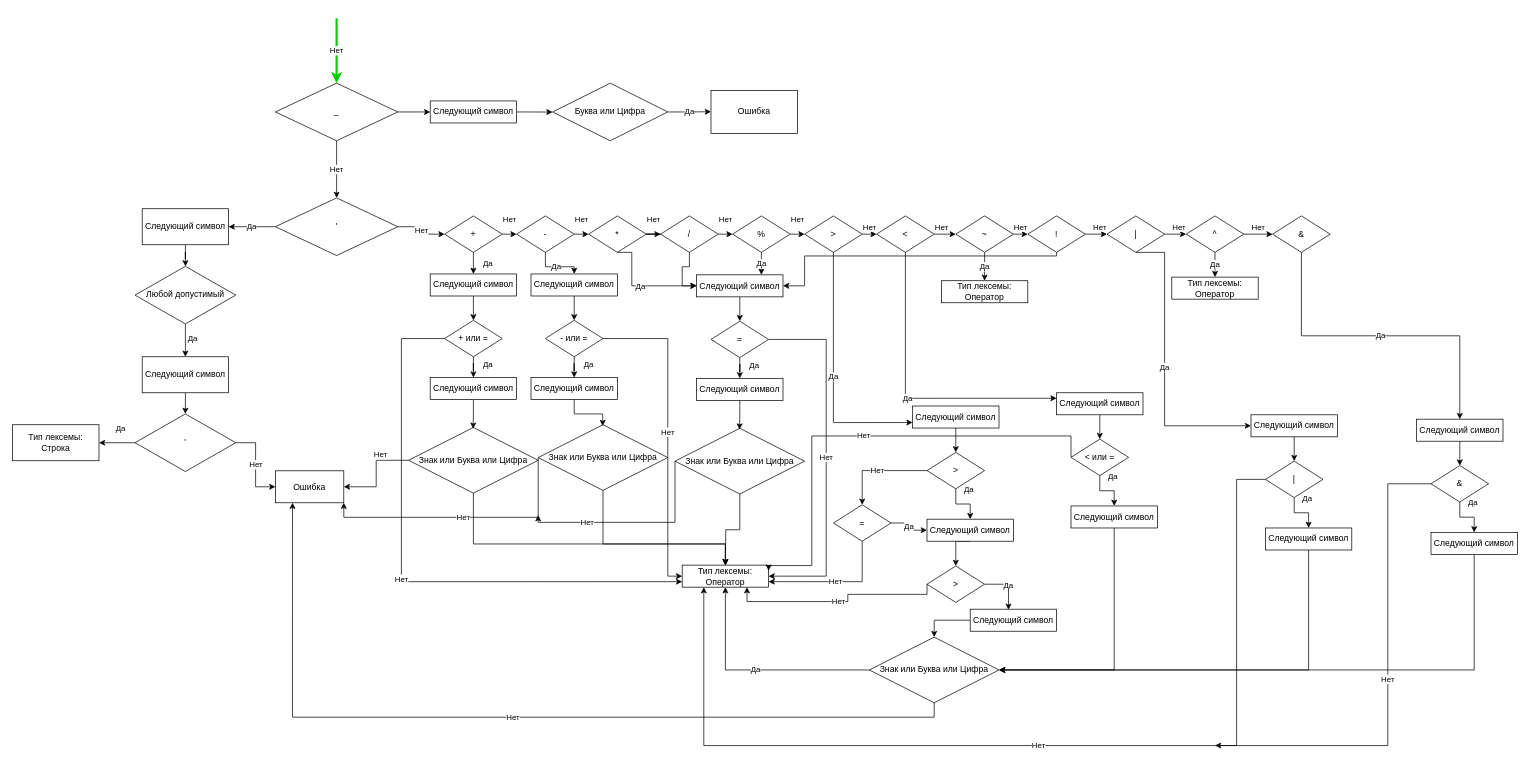
Earlier version of the draw.io diagram finally_automat2.drawio (DieNice/CourseTranslator). Source tidied: cells renumbered, new cells numbered last; positions are measured from the earlier drawing's top-left corner, leaving out a move shared by most shapes. Both pictures are drawn from the tidied source at 72%, with x=0, y=0 at pixel (12, 18).
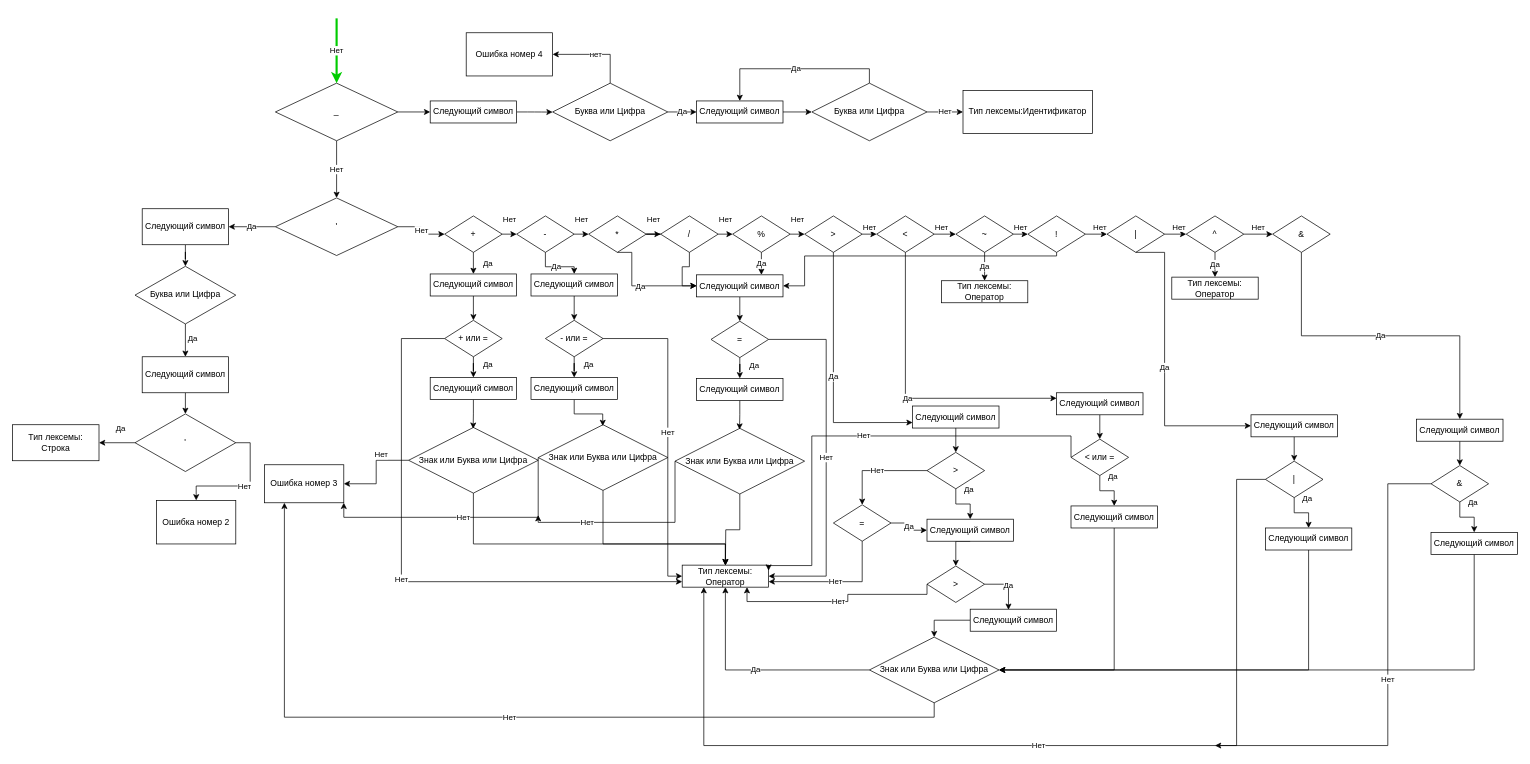
After the change.

The change refers to these unchanged cells:
```xml
<mxCell id="14" value="'" style="rhombus;whiteSpace=wrap;html=1;" parent="1" vertex="1">
  <mxGeometry x="170" y="549.4" width="140" height="80" as="geometry" />
</mxCell>
<mxCell id="132" value="Буква или Цифра" style="rhombus;whiteSpace=wrap;html=1;" parent="1" vertex="1">
  <mxGeometry x="750" y="90" width="160" height="80" as="geometry" />
</mxCell>
```

What changed in the source:
```diff
@@
-    <mxCell id="9" value="Любой допустимый" style="rhombus;whiteSpace=wrap;html=1;" parent="1" vertex="1">
+    <mxCell id="9" value="Буква или Цифра" style="rhombus;whiteSpace=wrap;html=1;" parent="1" vertex="1">
       <mxGeometry x="170" y="344.4" width="140" height="80" as="geometry" />
     </mxCell>
@@
-    <mxCell id="13" value="Нет" style="edgeStyle=orthogonalEdgeStyle;rounded=0;jettySize=auto;html=1;exitX=1;exitY=0.5;exitDx=0;exitDy=0;entryX=0;entryY=0.5;entryDx=0;entryDy=0;" parent="1" edge="1" source="14" target="16">
+    <mxCell id="13" value="Нет" style="edgeStyle=orthogonalEdgeStyle;rounded=0;jettySize=auto;html=1;exitX=1;exitY=0.5;exitDx=0;exitDy=0;entryX=0.5;entryY=0;entryDx=0;entryDy=0;" parent="1" edge="1" source="14" target="136">
       <mxGeometry relative="1" as="geometry" />
     </mxCell>
@@
-    <mxCell id="16" value="Ошибка" style="rounded=0;whiteSpace=wrap;html=1;" parent="1" vertex="1">
-      <mxGeometry x="365" y="628.4" width="95" height="44.4" as="geometry" />
+    <mxCell id="16" value="Ошибка номер 3" style="rounded=0;whiteSpace=wrap;html=1;" parent="1" vertex="1">
+      <mxGeometry x="350" y="620" width="110" height="52.8" as="geometry" />
     </mxCell>
@@
-    <mxCell id="131" value="Да" style="edgeStyle=orthogonalEdgeStyle;rounded=1;jettySize=auto;html=1;exitX=1;exitY=0.5;exitDx=0;exitDy=0;strokeColor=#000000;strokeWidth=1;" parent="1" edge="1" source="132">
-      <mxGeometry relative="1" as="geometry">
-        <mxPoint x="970" y="129.6" as="targetPoint" />
-      </mxGeometry>
-    </mxCell>
+    <mxCell id="134" value="Да" style="edgeStyle=orthogonalEdgeStyle;rounded=0;jettySize=auto;html=1;exitX=1;exitY=0.5;exitDx=0;exitDy=0;entryX=0;entryY=0.5;entryDx=0;entryDy=0;" parent="1" edge="1" source="132" target="138">
+      <mxGeometry relative="1" as="geometry" />
+    </mxCell>
+    <mxCell id="135" value="нет" style="edgeStyle=orthogonalEdgeStyle;rounded=0;jettySize=auto;html=1;exitX=0.5;exitY=0;exitDx=0;exitDy=0;entryX=1;entryY=0.5;entryDx=0;entryDy=0;" parent="1" edge="1" source="132" target="139">
+      <mxGeometry relative="1" as="geometry" />
+    </mxCell>
@@
-    <mxCell id="133" value="Ошибка" style="rounded=0;whiteSpace=wrap;html=1;" parent="1" vertex="1">
-      <mxGeometry x="970" y="100" width="120" height="60" as="geometry" />
+    <mxCell id="133" value="Тип лексемы:Идентификатор" style="rounded=0;whiteSpace=wrap;html=1;" parent="1" vertex="1">
+      <mxGeometry x="1320" y="100" width="180" height="60" as="geometry" />
     </mxCell>
+    <mxCell id="136" value="Ошибка номер 2" style="rounded=0;whiteSpace=wrap;html=1;" parent="1" vertex="1">
+      <mxGeometry x="200" y="669.5" width="110" height="60.5" as="geometry" />
+    </mxCell>
+    <mxCell id="137" style="edgeStyle=orthogonalEdgeStyle;rounded=0;jettySize=auto;html=1;exitX=1;exitY=0.5;exitDx=0;exitDy=0;entryX=0;entryY=0.5;entryDx=0;entryDy=0;" parent="1" edge="1" source="138" target="142">
+      <mxGeometry relative="1" as="geometry" />
+    </mxCell>
+    <mxCell id="138" value="Следующий символ" style="rounded=0;whiteSpace=wrap;html=1;" parent="1" vertex="1">
+      <mxGeometry x="950" y="114.7" width="120" height="30.6" as="geometry" />
+    </mxCell>
+    <mxCell id="139" value="Ошибка номер 4" style="rounded=0;whiteSpace=wrap;html=1;" parent="1" vertex="1">
+      <mxGeometry x="630" y="20" width="120" height="60" as="geometry" />
+    </mxCell>
+    <mxCell id="140" value="Нет" style="edgeStyle=orthogonalEdgeStyle;rounded=0;jettySize=auto;html=1;exitX=1;exitY=0.5;exitDx=0;exitDy=0;entryX=0;entryY=0.5;entryDx=0;entryDy=0;" parent="1" edge="1" source="142" target="133">
+      <mxGeometry relative="1" as="geometry" />
+    </mxCell>
+    <mxCell id="141" value="Да" style="edgeStyle=orthogonalEdgeStyle;rounded=0;jettySize=auto;html=1;exitX=0.5;exitY=0;exitDx=0;exitDy=0;entryX=0.5;entryY=0;entryDx=0;entryDy=0;" parent="1" edge="1" source="142" target="138">
+      <mxGeometry relative="1" as="geometry" />
+    </mxCell>
+    <mxCell id="142" value="Буква или Цифра" style="rhombus;whiteSpace=wrap;html=1;" parent="1" vertex="1">
+      <mxGeometry x="1110" y="90" width="160" height="80" as="geometry" />
+    </mxCell>
```
